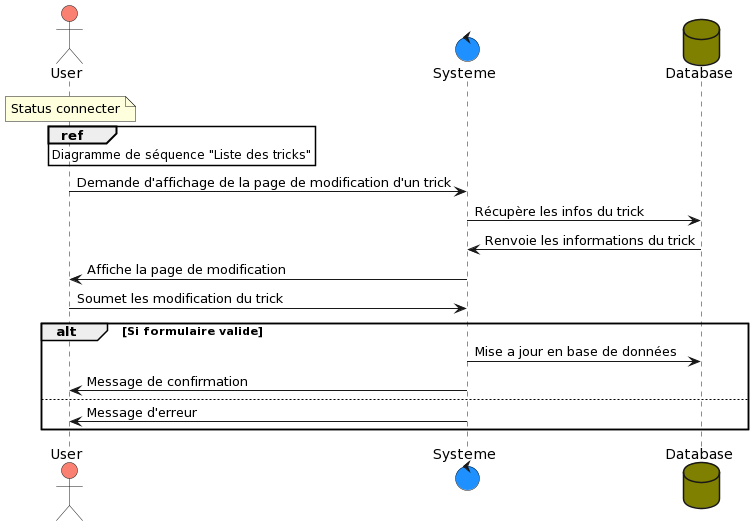
Before: uml/Diagramme de séquences/Gestion des tricks/Modification/modification.png, a diagram exported from PlantUML (NassimTaoussi/SnowTricks).
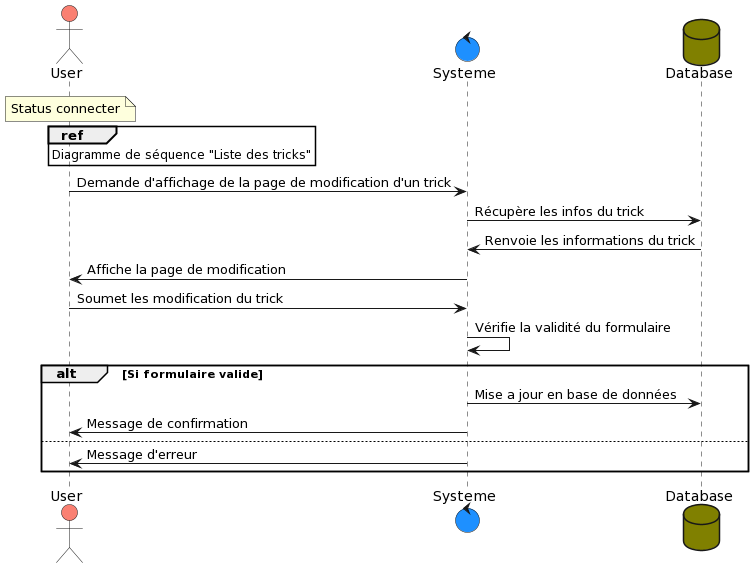
Above is the later version.

Diff of the diagram source:
```diff
@@ -10,7 +10,7 @@
 Database -> Systeme : Renvoie les informations du trick
 Systeme -> User: Affiche la page de modification
 User-> Systeme : Soumet les modification du trick
-
+Systeme -> Systeme : Vérifie la validité du formulaire
   alt Si formulaire valide
     Systeme -> Database : Mise a jour en base de données
     Systeme -> User: Message de confirmation
```
